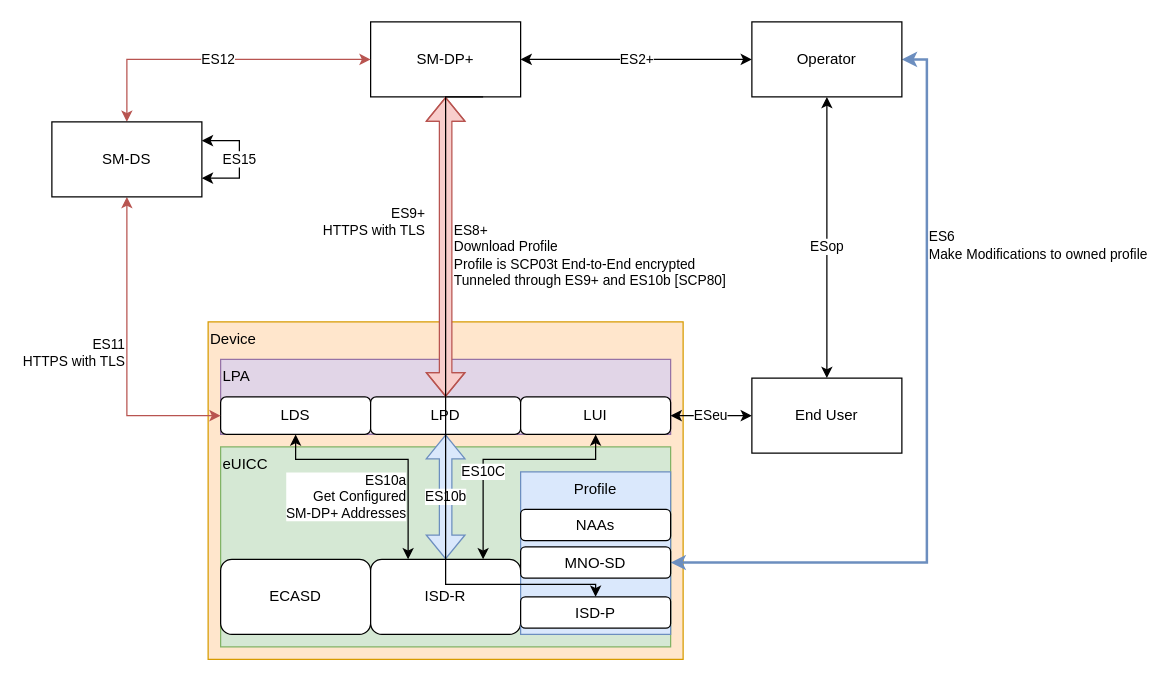
This is drawio/consumer_actors_interfaces.drawio from koblibri/master_thesis, a draw.io file, before an edit. Source tidied: cells renumbered, new cells numbered last; positions are measured from the earlier drawing's top-left corner, leaving out a move shared by most shapes. Both pictures are drawn from the tidied source at 125%, with x=0, y=0 at pixel (51, 21).
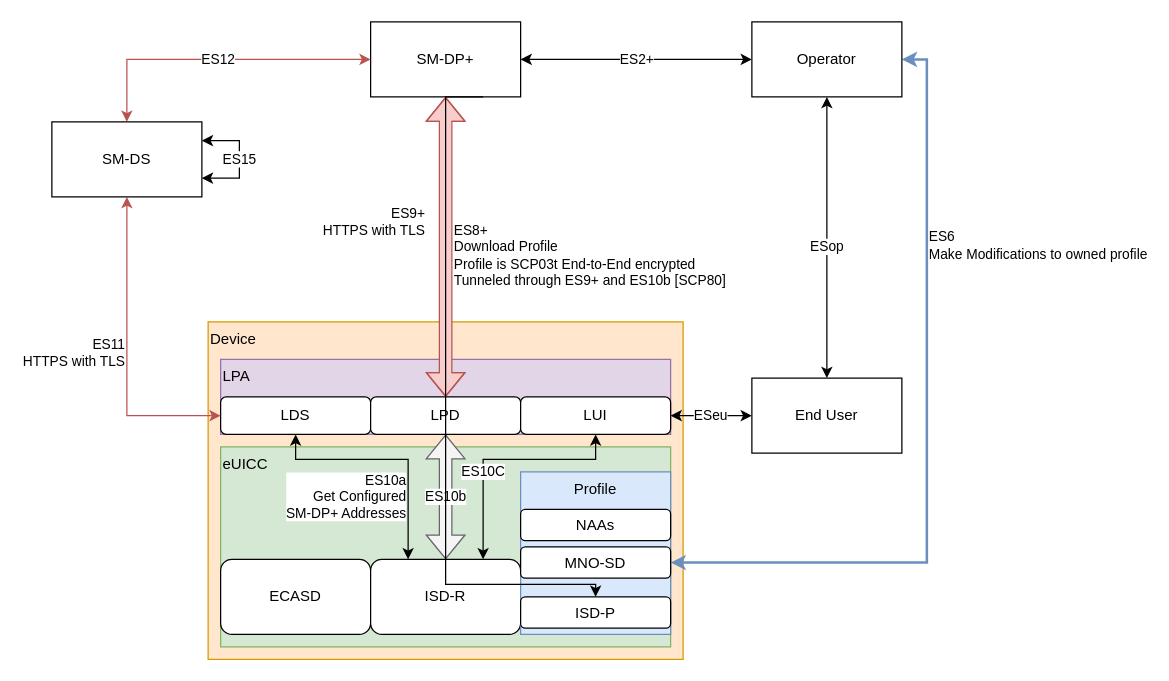
After the change.

The change refers to these unchanged cells:
```xml
<mxCell id="10" value="LPD" style="rounded=1;whiteSpace=wrap;html=1;" parent="1" vertex="1">
  <mxGeometry x="255" y="300" width="120" height="30" as="geometry" />
</mxCell>
<mxCell id="20" value="ISD-R" style="rounded=1;whiteSpace=wrap;html=1;" parent="1" vertex="1">
  <mxGeometry x="255" y="430" width="120" height="60" as="geometry" />
</mxCell>
```

Diff of the diagram source:
```diff
@@
-    <mxCell id="9" value="ES10b" style="edgeStyle=orthogonalEdgeStyle;rounded=0;jettySize=auto;html=1;exitX=0.5;exitY=1;exitDx=0;exitDy=0;startArrow=classic;startFill=1;shape=flexArrow;entryX=0.5;entryY=0;entryDx=0;entryDy=0;fillColor=#dae8fc;strokeColor=#6c8ebf;" parent="1" edge="1" source="10" target="20">
+    <mxCell id="9" value="ES10b" style="edgeStyle=orthogonalEdgeStyle;rounded=0;jettySize=auto;html=1;startArrow=classic;startFill=1;shape=flexArrow;entryX=0.5;entryY=0;entryDx=0;entryDy=0;fillColor=#f5f5f5;strokeColor=#666666;exitX=0.5;exitY=1;exitDx=0;exitDy=0;" parent="1" edge="1" source="10" target="20">
       <mxGeometry relative="1" as="geometry" />
     </mxCell>
```
